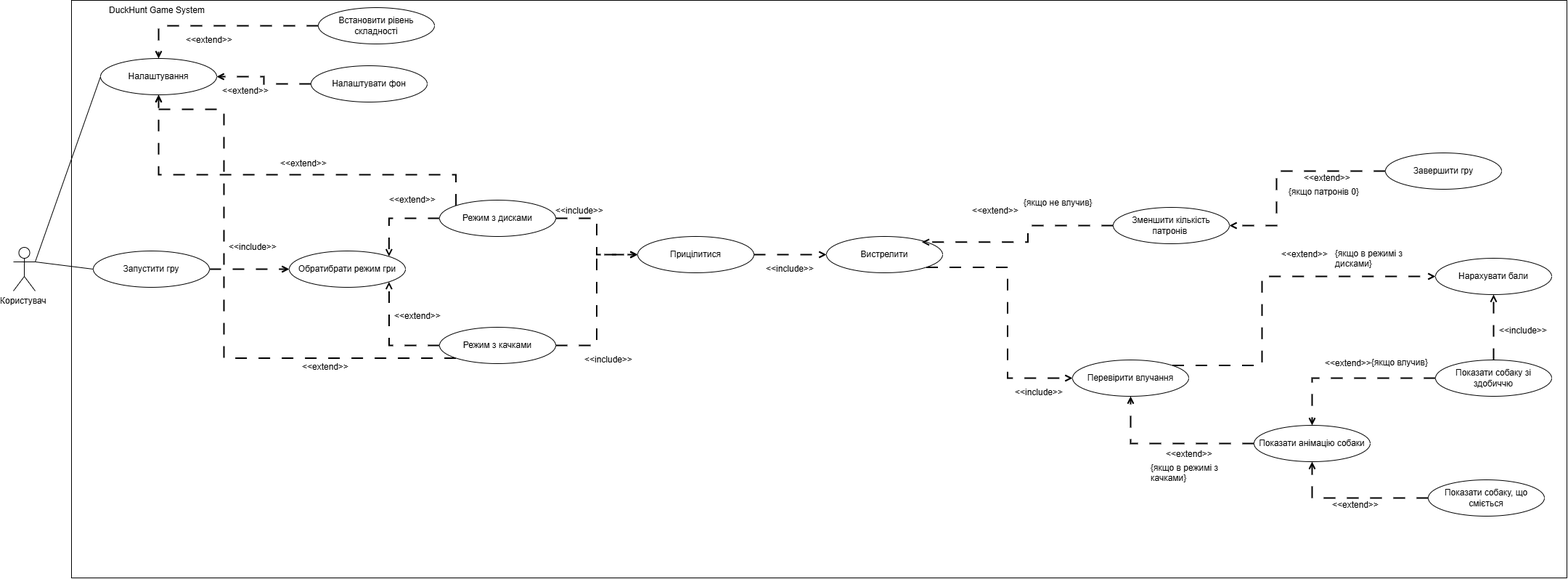
Before: docs/Use Case Diagram (3).png, a diagram exported from draw.io (AndreyShyshkin/DuckHunt). Source tidied: cells renumbered, new cells last; positions are measured from the earlier drawing's top-left corner, leaving out a move shared by most shapes.
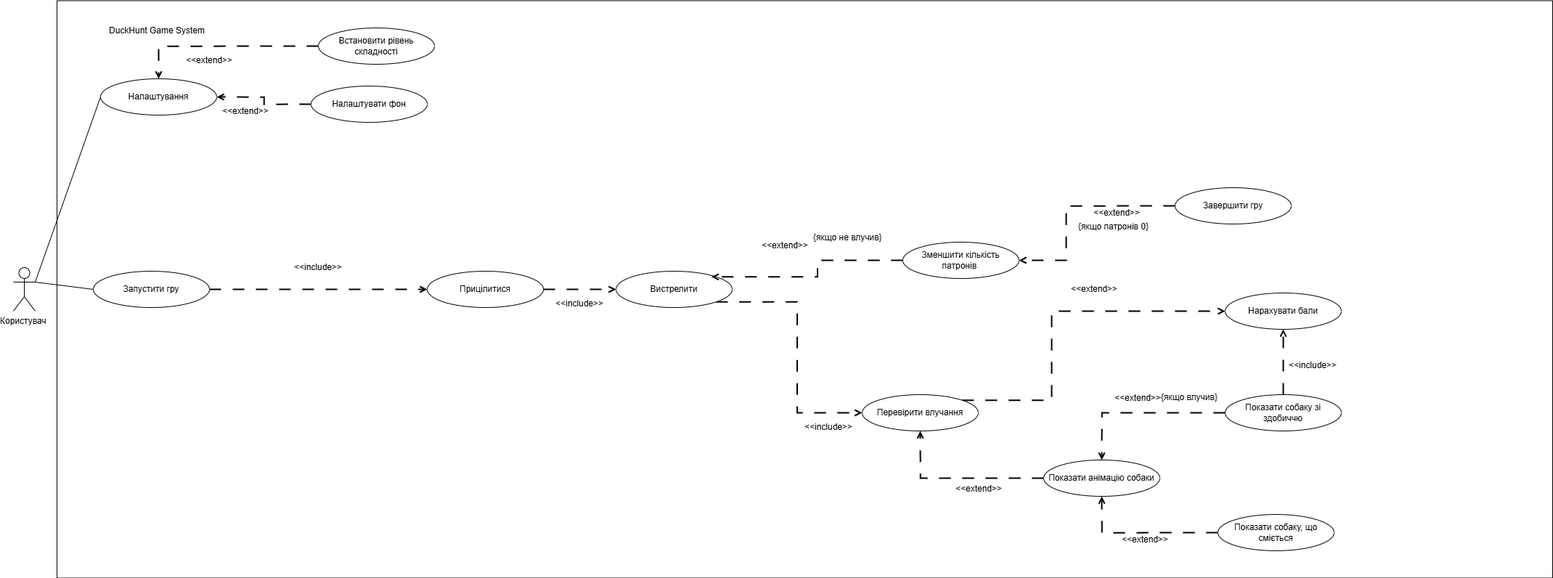
The same file after the commit.

Commit message:
Deleting the old version of the diagram

Diff of the diagram source:
```diff
@@ -3,22 +3,19 @@
     <mxCell id="0" />
     <mxCell id="1" parent="0" />
     <mxCell id="2" style="rounded=0;whiteSpace=wrap;html=1;" parent="1" vertex="1">
-      <mxGeometry x="80" width="2060" height="795" as="geometry" />
+      <mxGeometry x="350" y="-47.5" width="2060" height="795" as="geometry" />
     </mxCell>
     <mxCell id="3" value="Користувач&amp;nbsp;" style="shape=umlActor;verticalLabelPosition=bottom;verticalAlign=top;html=1;outlineConnect=0;" parent="1" vertex="1">
-      <mxGeometry y="340" width="30" height="60" as="geometry" />
+      <mxGeometry x="290" y="320" width="30" height="60" as="geometry" />
     </mxCell>
     <mxCell id="4" value="DuckHunt Game System" style="text;whiteSpace=wrap;html=1;" parent="1" vertex="1">
-      <mxGeometry x="130" width="170" height="40" as="geometry" />
+      <mxGeometry x="420" y="-20" width="170" height="40" as="geometry" />
     </mxCell>
-    <mxCell id="5" style="edgeStyle=orthogonalEdgeStyle;rounded=0;jettySize=auto;html=1;exitX=1;exitY=0.5;exitDx=0;exitDy=0;entryX=0;entryY=0.5;entryDx=0;entryDy=0;dashed=1;dashPattern=8 8;endArrow=open;endFill=0;strokeWidth=2;" parent="1" edge="1" source="45" target="20">
-      <mxGeometry relative="1" as="geometry" />
-    </mxCell>
-    <mxCell id="6" style="edgeStyle=orthogonalEdgeStyle;rounded=0;jettySize=auto;html=1;exitX=1;exitY=0.5;exitDx=0;exitDy=0;dashed=1;dashPattern=8 8;endArrow=open;endFill=0;strokeWidth=2;" parent="1" edge="1" source="7" target="41">
+    <mxCell id="6" style="edgeStyle=orthogonalEdgeStyle;rounded=0;jettySize=auto;html=1;exitX=1;exitY=0.5;exitDx=0;exitDy=0;dashed=1;dashPattern=8 8;endArrow=open;endFill=0;strokeWidth=2;entryX=0;entryY=0.5;entryDx=0;entryDy=0;" parent="1" edge="1" source="7" target="20">
       <mxGeometry relative="1" as="geometry" />
     </mxCell>
     <mxCell id="7" value="Запустити гру" style="ellipse;whiteSpace=wrap;html=1;" parent="1" vertex="1">
-      <mxGeometry x="110" y="345" width="160" height="50" as="geometry" />
+      <mxGeometry x="400" y="325" width="160" height="50" as="geometry" />
     </mxCell>
     <mxCell id="8" style="endArrow=none;html=1;rounded=0;exitX=1;exitY=0.3333333333333333;exitDx=0;exitDy=0;exitPerimeter=0;entryX=0;entryY=0.5;entryDx=0;entryDy=0;" parent="1" edge="1" source="3" target="7">
       <mxGeometry relative="1" as="geometry" />
@@ -27,16 +24,16 @@
       <mxGeometry relative="1" as="geometry" />
     </mxCell>
     <mxCell id="10" value="Встановити рівень складності" style="ellipse;whiteSpace=wrap;html=1;" parent="1" vertex="1">
-      <mxGeometry x="420" y="10" width="160" height="50" as="geometry" />
+      <mxGeometry x="710" y="-10" width="160" height="50" as="geometry" />
     </mxCell>
     <mxCell id="11" style="edgeStyle=orthogonalEdgeStyle;rounded=0;jettySize=auto;html=1;exitX=0;exitY=0.5;exitDx=0;exitDy=0;entryX=1;entryY=0.5;entryDx=0;entryDy=0;dashed=1;dashPattern=8 8;endArrow=open;endFill=0;strokeWidth=2;" parent="1" edge="1" source="12" target="37">
       <mxGeometry relative="1" as="geometry" />
     </mxCell>
     <mxCell id="12" value="Налаштувати фон" style="ellipse;whiteSpace=wrap;html=1;" parent="1" vertex="1">
-      <mxGeometry x="410" y="90" width="160" height="50" as="geometry" />
+      <mxGeometry x="700" y="70" width="160" height="50" as="geometry" />
     </mxCell>
     <mxCell id="13" value="&amp;lt;&amp;lt;extend&amp;gt;&amp;gt;" style="text;html=1;whiteSpace=wrap;strokeColor=none;fillColor=none;align=center;verticalAlign=middle;rounded=0;" parent="1" vertex="1">
-      <mxGeometry x="240" y="40" width="60" height="30" as="geometry" />
+      <mxGeometry x="530" y="20" width="60" height="30" as="geometry" />
     </mxCell>
     <mxCell id="14" style="edgeStyle=orthogonalEdgeStyle;rounded=0;jettySize=auto;html=1;exitX=1;exitY=1;exitDx=0;exitDy=0;entryX=0;entryY=0.5;entryDx=0;entryDy=0;dashed=1;dashPattern=8 8;endArrow=open;endFill=0;strokeWidth=2;" parent="1" edge="1" source="15" target="18">
       <mxGeometry relative="1" as="geometry" />
@@ -93,11 +90,8 @@
     <mxCell id="29" value="{якщо влучив}" style="text;whiteSpace=wrap;html=1;" parent="1" vertex="1">
       <mxGeometry x="1869" y="485" width="80" height="40" as="geometry" />
     </mxCell>
-    <mxCell id="30" value="{якщо в режимі з качками}" style="text;whiteSpace=wrap;html=1;" parent="1" vertex="1">
-      <mxGeometry x="1565" y="630" width="110" height="40" as="geometry" />
-    </mxCell>
     <mxCell id="31" value="&amp;lt;&amp;lt;extend&amp;gt;&amp;gt;" style="text;html=1;whiteSpace=wrap;strokeColor=none;fillColor=none;align=center;verticalAlign=middle;rounded=0;" parent="1" vertex="1">
-      <mxGeometry x="290" y="110" width="60" height="30" as="geometry" />
+      <mxGeometry x="580" y="90" width="60" height="30" as="geometry" />
     </mxCell>
     <mxCell id="32" value="&amp;lt;&amp;lt;extend&amp;gt;&amp;gt;" style="text;html=1;whiteSpace=wrap;strokeColor=none;fillColor=none;align=center;verticalAlign=middle;rounded=0;" parent="1" vertex="1">
       <mxGeometry x="1809" y="485" width="60" height="30" as="geometry" />
@@ -115,73 +109,17 @@
       <mxGeometry x="2050" y="440" width="60" height="30" as="geometry" />
     </mxCell>
     <mxCell id="37" value="Налаштування" style="ellipse;whiteSpace=wrap;html=1;" parent="1" vertex="1">
-      <mxGeometry x="120" y="80" width="160" height="50" as="geometry" />
+      <mxGeometry x="410" y="60" width="160" height="50" as="geometry" />
     </mxCell>
     <mxCell id="38" style="endArrow=none;html=1;rounded=0;exitX=1;exitY=0.3333333333333333;exitDx=0;exitDy=0;exitPerimeter=0;entryX=0;entryY=0.5;entryDx=0;entryDy=0;" parent="1" edge="1" source="3" target="37">
       <mxGeometry relative="1" as="geometry" />
     </mxCell>
-    <mxCell id="39" value="&amp;lt;&amp;lt;include&amp;gt;&amp;gt;&lt;span style=&quot;color: rgba(0, 0, 0, 0); font-family: monospace; font-size: 0px; text-align: start; text-wrap-mode: nowrap;&quot;&gt;%3CmxGraphModel%3E%3Croot%3E%3CmxCell%20id%3D%220%22%2F%3E%3CmxCell%20id%3D%221%22%20parent%3D%220%22%2F%3E%3CmxCell%20id%3D%222%22%20parent%3D%221%22%20style%3D%22text%3Bhtml%3D1%3BwhiteSpace%3Dwrap%3BstrokeColor%3Dnone%3BfillColor%3Dnone%3Balign%3Dcenter%3BverticalAlign%3Dmiddle%3Brounded%3D0%3B%22%20value%3D%22%26amp%3Blt%3B%26amp%3Blt%3Bextend%26amp%3Bgt%3B%26amp%3Bgt%3B%22%20vertex%3D%221%22%3E%3CmxGeometry%20height%3D%2230%22%20width%3D%2260%22%20x%3D%22520%22%20y%3D%22170%22%20as%3D%22geometry%22%2F%3E%3C%2FmxCell%3E%3C%2Froot%3E%3C%2FmxGraphModel%3E&lt;/span&gt;" style="text;html=1;whiteSpace=wrap;strokeColor=none;fillColor=none;align=center;verticalAlign=middle;rounded=0;" parent="1" vertex="1">
-      <mxGeometry x="790" y="480" width="60" height="30" as="geometry" />
-    </mxCell>
     <mxCell id="40" value="&amp;lt;&amp;lt;include&amp;gt;&amp;gt;&lt;span style=&quot;color: rgba(0, 0, 0, 0); font-family: monospace; font-size: 0px; text-align: start; text-wrap-mode: nowrap;&quot;&gt;%3CmxGraphModel%3E%3Croot%3E%3CmxCell%20id%3D%220%22%2F%3E%3CmxCell%20id%3D%221%22%20parent%3D%220%22%2F%3E%3CmxCell%20id%3D%222%22%20parent%3D%221%22%20style%3D%22text%3Bhtml%3D1%3BwhiteSpace%3Dwrap%3BstrokeColor%3Dnone%3BfillColor%3Dnone%3Balign%3Dcenter%3BverticalAlign%3Dmiddle%3Brounded%3D0%3B%22%20value%3D%22%26amp%3Blt%3B%26amp%3Blt%3Bextend%26amp%3Bgt%3B%26amp%3Bgt%3B%22%20vertex%3D%221%22%3E%3CmxGeometry%20height%3D%2230%22%20width%3D%2260%22%20x%3D%22520%22%20y%3D%22170%22%20as%3D%22geometry%22%2F%3E%3C%2FmxCell%3E%3C%2Froot%3E%3C%2FmxGraphModel%3E&lt;/span&gt;" style="text;html=1;whiteSpace=wrap;strokeColor=none;fillColor=none;align=center;verticalAlign=middle;rounded=0;" parent="1" vertex="1">
       <mxGeometry x="1040" y="355" width="60" height="30" as="geometry" />
     </mxCell>
-    <mxCell id="41" value="Обратибрати режим гри" style="ellipse;whiteSpace=wrap;html=1;" parent="1" vertex="1">
-      <mxGeometry x="380" y="345" width="160" height="50" as="geometry" />
-    </mxCell>
     <mxCell id="42" value="&amp;lt;&amp;lt;include&amp;gt;&amp;gt;&lt;span style=&quot;color: rgba(0, 0, 0, 0); font-family: monospace; font-size: 0px; text-align: start; text-wrap-mode: nowrap;&quot;&gt;%3CmxGraphModel%3E%3Croot%3E%3CmxCell%20id%3D%220%22%2F%3E%3CmxCell%20id%3D%221%22%20parent%3D%220%22%2F%3E%3CmxCell%20id%3D%222%22%20parent%3D%221%22%20style%3D%22text%3Bhtml%3D1%3BwhiteSpace%3Dwrap%3BstrokeColor%3Dnone%3BfillColor%3Dnone%3Balign%3Dcenter%3BverticalAlign%3Dmiddle%3Brounded%3D0%3B%22%20value%3D%22%26amp%3Blt%3B%26amp%3Blt%3Bextend%26amp%3Bgt%3B%26amp%3Bgt%3B%22%20vertex%3D%221%22%3E%3CmxGeometry%20height%3D%2230%22%20width%3D%2260%22%20x%3D%22520%22%20y%3D%22170%22%20as%3D%22geometry%22%2F%3E%3C%2FmxCell%3E%3C%2Froot%3E%3C%2FmxGraphModel%3E&lt;/span&gt;" style="text;html=1;whiteSpace=wrap;strokeColor=none;fillColor=none;align=center;verticalAlign=middle;rounded=0;" parent="1" vertex="1">
-      <mxGeometry x="300" y="325" width="60" height="30" as="geometry" />
+      <mxGeometry x="680" y="305" width="60" height="30" as="geometry" />
     </mxCell>
-    <mxCell id="43" style="edgeStyle=orthogonalEdgeStyle;rounded=0;jettySize=auto;html=1;exitX=0;exitY=0.5;exitDx=0;exitDy=0;entryX=1;entryY=1;entryDx=0;entryDy=0;endArrow=open;endFill=0;dashed=1;dashPattern=8 8;strokeWidth=2;" parent="1" edge="1" source="45" target="41">
-      <mxGeometry relative="1" as="geometry" />
-    </mxCell>
-    <mxCell id="44" style="edgeStyle=orthogonalEdgeStyle;rounded=0;jettySize=auto;html=1;exitX=0;exitY=1;exitDx=0;exitDy=0;entryX=0.5;entryY=1;entryDx=0;entryDy=0;dashed=1;dashPattern=8 8;endArrow=open;endFill=0;strokeWidth=2;" parent="1" edge="1" source="45" target="37">
-      <mxGeometry relative="1" as="geometry">
-        <Array as="points">
-          <mxPoint x="290" y="492" />
-          <mxPoint x="290" y="150" />
-          <mxPoint x="200" y="150" />
-        </Array>
-      </mxGeometry>
-    </mxCell>
-    <mxCell id="45" value="Режим з качками" style="ellipse;whiteSpace=wrap;html=1;" parent="1" vertex="1">
-      <mxGeometry x="587" y="450" width="160" height="50" as="geometry" />
-    </mxCell>
-    <mxCell id="46" style="edgeStyle=orthogonalEdgeStyle;rounded=0;jettySize=auto;html=1;exitX=0;exitY=0.5;exitDx=0;exitDy=0;entryX=1;entryY=0;entryDx=0;entryDy=0;dashed=1;dashPattern=8 8;endArrow=open;endFill=0;strokeWidth=2;" parent="1" edge="1" source="49" target="41">
-      <mxGeometry relative="1" as="geometry" />
-    </mxCell>
-    <mxCell id="47" style="edgeStyle=orthogonalEdgeStyle;rounded=0;jettySize=auto;html=1;exitX=1;exitY=0.5;exitDx=0;exitDy=0;entryX=0;entryY=0.5;entryDx=0;entryDy=0;dashed=1;dashPattern=8 8;endArrow=open;endFill=0;strokeWidth=2;" parent="1" edge="1" source="49" target="20">
-      <mxGeometry relative="1" as="geometry" />
-    </mxCell>
-    <mxCell id="48" style="edgeStyle=orthogonalEdgeStyle;rounded=0;jettySize=auto;html=1;exitX=0;exitY=0;exitDx=0;exitDy=0;dashed=1;dashPattern=8 8;endArrow=open;endFill=0;strokeWidth=2;" parent="1" edge="1" source="49" target="37">
-      <mxGeometry relative="1" as="geometry">
-        <Array as="points">
-          <mxPoint x="609" y="240" />
-          <mxPoint x="200" y="240" />
-        </Array>
-      </mxGeometry>
-    </mxCell>
-    <mxCell id="49" value="Режим з дисками" style="ellipse;whiteSpace=wrap;html=1;" parent="1" vertex="1">
-      <mxGeometry x="587" y="275" width="160" height="50" as="geometry" />
-    </mxCell>
-    <mxCell id="50" value="&amp;lt;&amp;lt;extend&amp;gt;&amp;gt;" style="text;html=1;whiteSpace=wrap;strokeColor=none;fillColor=none;align=center;verticalAlign=middle;rounded=0;" parent="1" vertex="1">
-      <mxGeometry x="520" y="260" width="60" height="30" as="geometry" />
-    </mxCell>
-    <mxCell id="51" value="&amp;lt;&amp;lt;extend&amp;gt;&amp;gt;" style="text;html=1;whiteSpace=wrap;strokeColor=none;fillColor=none;align=center;verticalAlign=middle;rounded=0;" parent="1" vertex="1">
-      <mxGeometry x="527" y="420" width="60" height="30" as="geometry" />
-    </mxCell>
-    <mxCell id="52" value="&amp;lt;&amp;lt;include&amp;gt;&amp;gt;&lt;span style=&quot;color: rgba(0, 0, 0, 0); font-family: monospace; font-size: 0px; text-align: start; text-wrap-mode: nowrap;&quot;&gt;%3CmxGraphModel%3E%3Croot%3E%3CmxCell%20id%3D%220%22%2F%3E%3CmxCell%20id%3D%221%22%20parent%3D%220%22%2F%3E%3CmxCell%20id%3D%222%22%20parent%3D%221%22%20style%3D%22text%3Bhtml%3D1%3BwhiteSpace%3Dwrap%3BstrokeColor%3Dnone%3BfillColor%3Dnone%3Balign%3Dcenter%3BverticalAlign%3Dmiddle%3Brounded%3D0%3B%22%20value%3D%22%26amp%3Blt%3B%26amp%3Blt%3Bextend%26amp%3Bgt%3B%26amp%3Bgt%3B%22%20vertex%3D%221%22%3E%3CmxGeometry%20height%3D%2230%22%20width%3D%2260%22%20x%3D%22520%22%20y%3D%22170%22%20as%3D%22geometry%22%2F%3E%3C%2FmxCell%3E%3C%2Froot%3E%3C%2FmxGraphModel%3E&lt;/span&gt;" style="text;html=1;whiteSpace=wrap;strokeColor=none;fillColor=none;align=center;verticalAlign=middle;rounded=0;" parent="1" vertex="1">
-      <mxGeometry x="750" y="275" width="60" height="30" as="geometry" />
-    </mxCell>
-    <mxCell id="53" value="&amp;lt;&amp;lt;extend&amp;gt;&amp;gt;" style="text;html=1;whiteSpace=wrap;strokeColor=none;fillColor=none;align=center;verticalAlign=middle;rounded=0;" parent="1" vertex="1">
-      <mxGeometry x="370" y="210" width="60" height="30" as="geometry" />
-    </mxCell>
-    <mxCell id="54" value="&amp;lt;&amp;lt;extend&amp;gt;&amp;gt;" style="text;html=1;whiteSpace=wrap;strokeColor=none;fillColor=none;align=center;verticalAlign=middle;rounded=0;" parent="1" vertex="1">
-      <mxGeometry x="400" y="490" width="60" height="30" as="geometry" />
-    </mxCell>
-    <mxCell id="55" value="{якщо в режимі з дисками}" style="text;whiteSpace=wrap;html=1;" parent="1" vertex="1">
-      <mxGeometry x="1819" y="335" width="110" height="40" as="geometry" />
-    </mxCell>
     <mxCell id="56" value="&amp;lt;&amp;lt;extend&amp;gt;&amp;gt;" style="text;html=1;whiteSpace=wrap;strokeColor=none;fillColor=none;align=center;verticalAlign=middle;rounded=0;" parent="1" vertex="1">
       <mxGeometry x="1749" y="335" width="60" height="30" as="geometry" />
     </mxCell>
```
